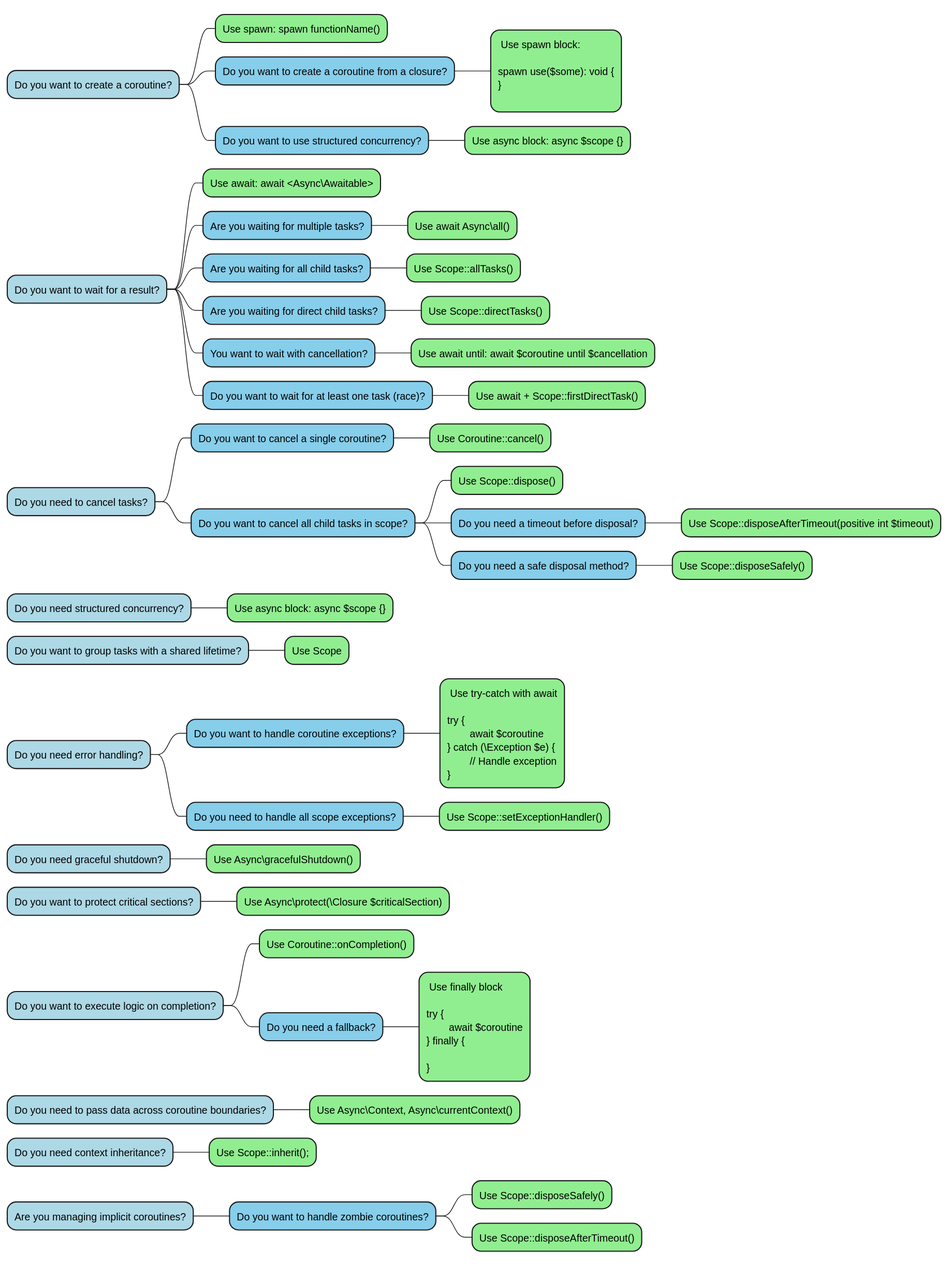
The PlantUML diagram diagrams/decision-tree.svg in true-async/php-true-async-rfc, before a commit.
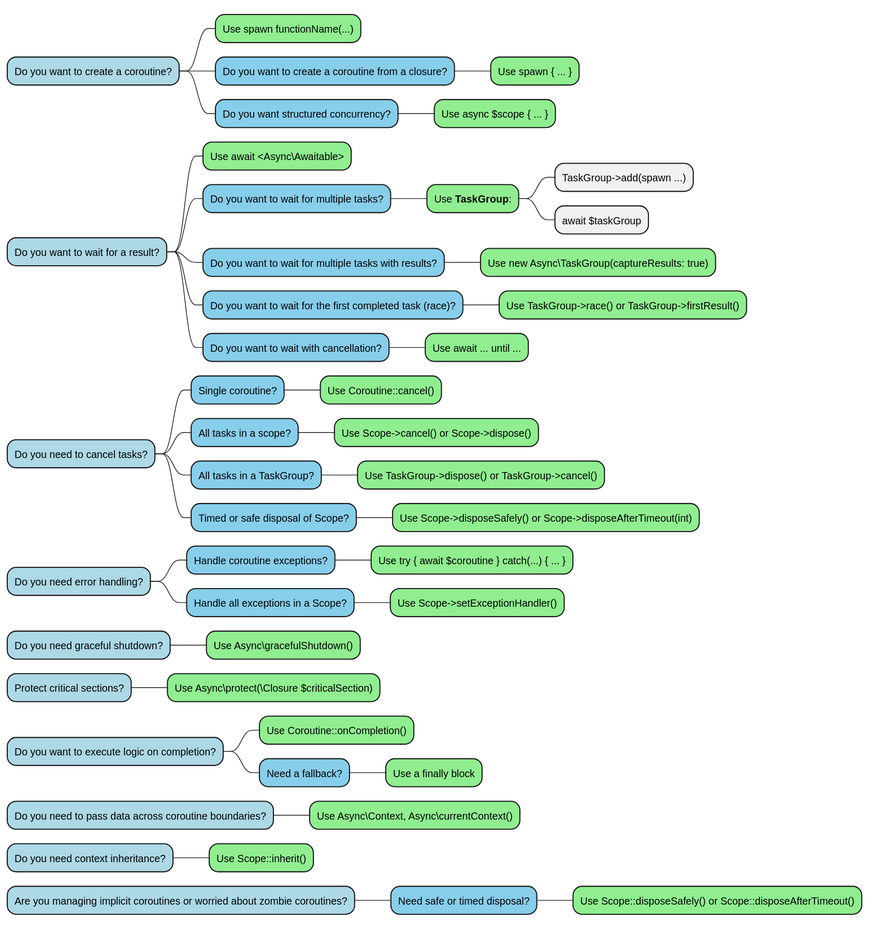
After the commit.

Commit message:
Update decision-tree.svg and mind-map.puml to incorporate TaskGroup usage; enhance structured concurrency and error handling guidance

Change to the diagram source:
```diff
@@ -1,70 +1,58 @@
 @startmindmap
 *[#lightblue] Do you want to create a coroutine?
-**[#lightgreen] Use spawn: spawn functionName()
+**[#lightgreen] Use spawn functionName(...)
 **[#87CEEB] Do you want to create a coroutine from a closure?
-***[#lightgreen]: Use spawn block:
+***[#lightgreen] Use spawn { ... }
+**[#87CEEB] Do you want structured concurrency?
+***[#lightgreen] Use async $scope { ... }
 
-spawn use($some): void {
-}
-;
-**[#87CEEB] Do you want to use structured concurrency?
-***[#lightgreen] Use async block: async $scope {}
 *[#lightblue] Do you want to wait for a result?
-**[#lightgreen] Use await: await <Async\Awaitable>
-**[#87CEEB] Are you waiting for multiple tasks?
-***[#lightgreen] Use await Async\all()
-**[#87CEEB] Are you waiting for all child tasks?
-***[#lightgreen] Use Scope::allTasks()
-**[#87CEEB] Are you waiting for direct child tasks?
-***[#lightgreen] Use Scope::directTasks()
-**[#87CEEB] You want to wait with cancellation?
-***[#lightgreen] Use await until: await $coroutine until $cancellation
-**[#87CEEB] Do you want to wait for at least one task (race)?
-***[#lightgreen] Use await + Scope::firstDirectTask()
+**[#lightgreen] Use await <Async\Awaitable>
+**[#87CEEB] Do you want to wait for multiple tasks?
+***[#lightgreen] Use **TaskGroup**:
+**** TaskGroup->add(spawn ...)
+**** await $taskGroup
+**[#87CEEB] Do you want to wait for multiple tasks with results?
+***[#lightgreen] Use new Async\TaskGroup(captureResults: true)
+**[#87CEEB] Do you want to wait for the first completed task (race)?
+***[#lightgreen] Use TaskGroup->race() or TaskGroup->firstResult()
+**[#87CEEB] Do you want to wait with cancellation?
+***[#lightgreen] Use await ... until ...
+
 *[#lightblue] Do you need to cancel tasks?
-**[#87CEEB] Do you want to cancel a single coroutine?
+**[#87CEEB] Single coroutine?
 ***[#lightgreen] Use Coroutine::cancel()
-**[#87CEEB] Do you want to cancel all child tasks in scope?
-***[#lightgreen] Use Scope::dispose()
-***[#87CEEB] Do you need a timeout before disposal?
-****[#lightgreen] Use Scope::disposeAfterTimeout(positive int $timeout)
-***[#87CEEB] Do you need a safe disposal method?
-****[#lightgreen] Use Scope::disposeSafely()
-*[#lightblue] Do you need structured concurrency?
-**[#lightgreen] Use async block: async $scope {}
-*[#lightblue] Do you want to group tasks with a shared lifetime?
-**[#lightgreen] Use Scope
+**[#87CEEB] All tasks in a scope?
+***[#lightgreen] Use Scope->cancel() or Scope->dispose()
+**[#87CEEB] All tasks in a TaskGroup?
+***[#lightgreen] Use TaskGroup->dispose() or TaskGroup->cancel()
+**[#87CEEB] Timed or safe disposal of Scope?
+***[#lightgreen] Use Scope->disposeSafely() or Scope->disposeAfterTimeout(int)
+
 *[#lightblue] Do you need error handling?
-**[#87CEEB] Do you want to handle coroutine exceptions?
-***[#lightgreen]: Use try-catch with await
+**[#87CEEB] Handle coroutine exceptions?
+***[#lightgreen] Use try { await $coroutine } catch(...) { ... }
+**[#87CEEB] Handle all exceptions in a Scope?
+***[#lightgreen] Use Scope->setExceptionHandler()
 
-try {
-	await $coroutine
-} catch (\Exception $e) {
-	// Handle exception
-};
-**[#87CEEB] Do you need to handle all scope exceptions?
-***[#lightgreen] Use Scope::setExceptionHandler()
 *[#lightblue] Do you need graceful shutdown?
 **[#lightgreen] Use Async\gracefulShutdown()
-*[#lightblue] Do you want to protect critical sections?
+
+*[#lightblue] Protect critical sections?
 **[#lightgreen] Use Async\protect(\Closure $criticalSection)
+
 *[#lightblue] Do you want to execute logic on completion?
 **[#lightgreen] Use Coroutine::onCompletion()
-**[#87CEEB] Do you need a fallback?
-***[#lightgreen]: Use finally block
+**[#87CEEB] Need a fallback?
+***[#lightgreen] Use a finally block
 
-try {
-	await $coroutine
-} finally {
-
-};
 *[#lightblue] Do you need to pass data across coroutine boundaries?
 **[#lightgreen] Use Async\Context, Async\currentContext()
+
 *[#lightblue] Do you need context inheritance?
-**[#lightgreen] Use Scope::inherit();
-*[#lightblue] Are you managing implicit coroutines?
-**[#87CEEB] Do you want to handle zombie coroutines?
-***[#lightgreen] Use Scope::disposeSafely()
-***[#lightgreen] Use Scope::disposeAfterTimeout()
+**[#lightgreen] Use Scope::inherit()
+
+*[#lightblue] Are you managing implicit coroutines or worried about zombie coroutines?
+**[#87CEEB] Need safe or timed disposal?
+***[#lightgreen] Use Scope::disposeSafely() or Scope::disposeAfterTimeout()
 @endmindmap
```
